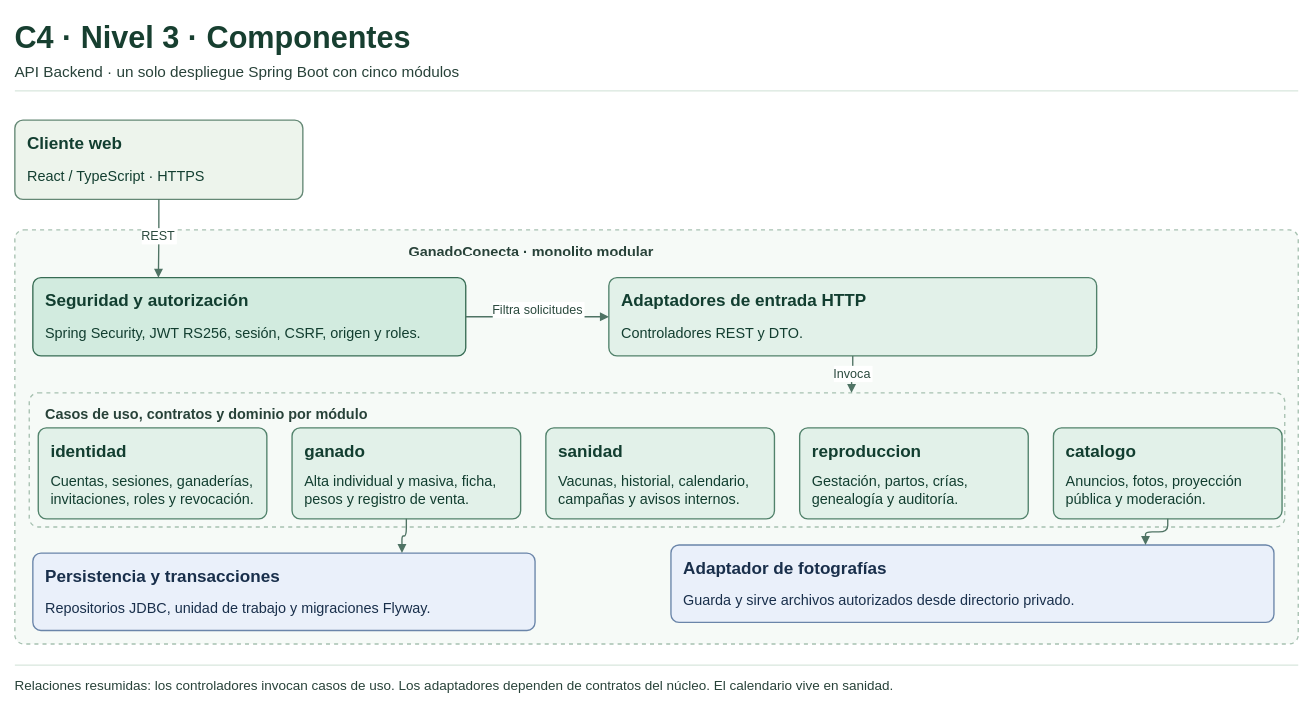
edilsonz/GanadoConecta keeps this draw.io diagram as page "C4 · Nivel 3 · Componentes" (3 of 3) of docs/04-modelo-c4/diagramas/ganadoconecta-c4.drawio. Above is the earlier version. Source tidied: cells renumbered, new cells numbered last; positions are measured from the earlier drawing's top-left corner, leaving out a move shared by most shapes. Both pictures are drawn from the tidied source at 90%, with x=0, y=0 at pixel (14, 14).
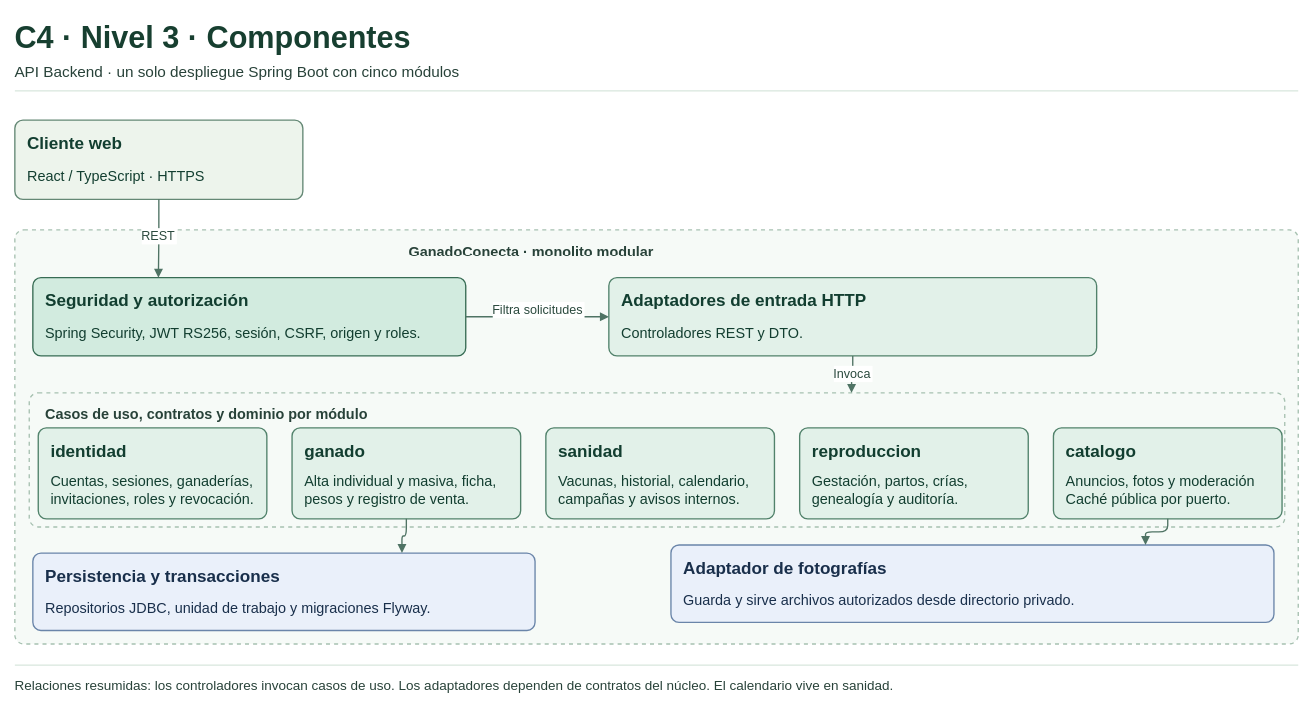
The same diagram, later.

Unchanged cells that the change refers to:
```xml
<mxCell id="37" style="rounded=1;absoluteArcSize=1;arcSize=18;whiteSpace=wrap;html=0;fillColor=#e2f1e9;strokeColor=#51826b;strokeWidth=1.5;" parent="1" vertex="1">
  <mxGeometry x="1154" y="460" width="254" height="101" as="geometry" />
</mxCell>
```

Change to the diagram source:
```diff
@@
-    <mxCell id="39" value="Anuncios, fotos, proyección" style="text;html=0;align=left;verticalAlign=middle;whiteSpace=nowrap;rounded=0;fontFamily=Arial;fontSize=16;fontColor=#123e30;fontStyle=0;spacing=0;" parent="37" vertex="1">
+    <mxCell id="39" value="Anuncios, fotos y moderación" style="text;html=0;align=left;verticalAlign=middle;whiteSpace=nowrap;rounded=0;fontFamily=Arial;fontSize=16;fontColor=#123e30;fontStyle=0;spacing=0;" parent="37" vertex="1">
       <mxGeometry x="14" y="47.5" width="226" height="20" as="geometry" />
     </mxCell>
-    <mxCell id="40" value="pública y moderación." style="text;html=0;align=left;verticalAlign=middle;whiteSpace=nowrap;rounded=0;fontFamily=Arial;fontSize=16;fontColor=#123e30;fontStyle=0;spacing=0;" parent="37" vertex="1">
+    <mxCell id="40" value="Caché pública por puerto." style="text;html=0;align=left;verticalAlign=middle;whiteSpace=nowrap;rounded=0;fontFamily=Arial;fontSize=16;fontColor=#123e30;fontStyle=0;spacing=0;" parent="37" vertex="1">
       <mxGeometry x="14" y="67.5" width="226" height="20" as="geometry" />
     </mxCell>
```
